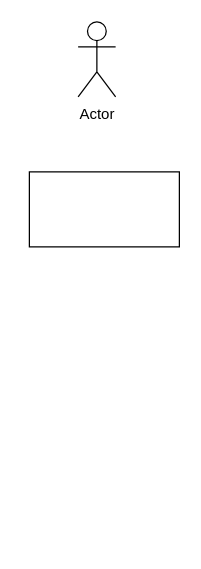
This is Untitled Diagram.drawio from DmitryPopov1988/registration, a draw.io file, before an edit. Source tidied: cells renumbered, new cells numbered last; positions are measured from the earlier drawing's top-left corner, leaving out a move shared by most shapes. Both pictures are drawn from the tidied source at 125%, with x=0, y=0 at pixel (29, 21).
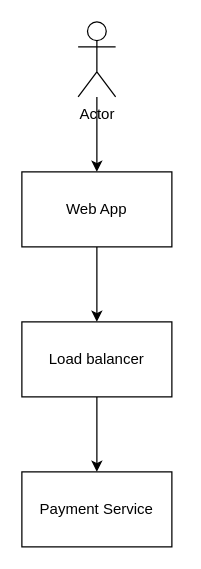
After the change.

The edit, as a diff of the source:
```diff
@@
 <mxGraphModel>
   <root>
     <mxCell id="0" />
     <mxCell id="1" parent="0" />
+    <mxCell id="4" style="edgeStyle=orthogonalEdgeStyle;rounded=0;jettySize=auto;html=1;" parent="1" edge="1" source="2" target="3">
+      <mxGeometry relative="1" as="geometry" />
+    </mxCell>
     <mxCell id="2" value="Actor" style="shape=umlActor;verticalLabelPosition=bottom;verticalAlign=top;html=1;outlineConnect=0;" parent="1" vertex="1">
       <mxGeometry x="39" width="30" height="60" as="geometry" />
     </mxCell>
+    <mxCell id="5" style="edgeStyle=orthogonalEdgeStyle;rounded=0;jettySize=auto;html=1;" parent="1" edge="1" source="3" target="8">
+      <mxGeometry relative="1" as="geometry" />
+    </mxCell>
-    <mxCell id="3" style="rounded=0;whiteSpace=wrap;html=1;" parent="1" vertex="1">
-      <mxGeometry y="120" width="120" height="60" as="geometry" />
+    <mxCell id="3" value="Web App&lt;br&gt;" style="rounded=0;whiteSpace=wrap;html=1;" parent="1" vertex="1">
+      <mxGeometry x="-6" y="120" width="120" height="60" as="geometry" />
     </mxCell>
+    <mxCell id="6" value="Payment Service" style="rounded=0;whiteSpace=wrap;html=1;" parent="1" vertex="1">
+      <mxGeometry x="-6" y="360" width="120" height="60" as="geometry" />
+    </mxCell>
+    <mxCell id="7" style="edgeStyle=orthogonalEdgeStyle;rounded=0;jettySize=auto;html=1;" parent="1" edge="1" source="8" target="6">
+      <mxGeometry relative="1" as="geometry" />
+    </mxCell>
+    <mxCell id="8" value="Load balancer" style="rounded=0;whiteSpace=wrap;html=1;" parent="1" vertex="1">
+      <mxGeometry x="-6" y="240" width="120" height="60" as="geometry" />
+    </mxCell>
   </root>
 </mxGraphModel>
```
